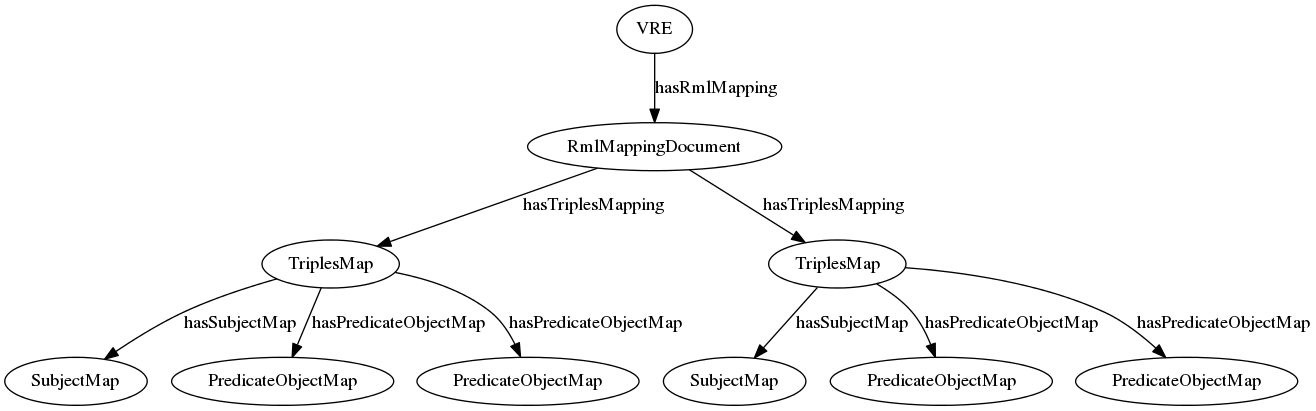
Earlier version of the Graphviz export timbuctoo-instancev4/docs/images/rml_mapping.png (HuygensING/timbuctoo). Its source is kept beside it as timbuctoo-instancev4/docs/images/rml_mapping.dot. Its diagram source:
```dot
digraph {
	VRE
	RmlMappingDocument
	TriplesMapping1 [label="TriplesMap"]
	Subject1 [label="SubjectMap"]
	PredicateObject1_1 [label="PredicateObjectMap"]
	PredicateObject1_2 [label="PredicateObjectMap"]
	VRE->RmlMappingDocument [label="hasRmlMapping"]
	RmlMappingDocument->TriplesMapping1 [label="hasTriplesMapping"]
	TriplesMapping1->Subject1 [label="hasSubjectMap"]
	TriplesMapping1->PredicateObject1_1 [label="hasPredicateObjectMap"]
	TriplesMapping1->PredicateObject1_2 [label="hasPredicateObjectMap"]
	TriplesMapping2 [label="TriplesMap"]
	Subject2 [label="SubjectMap"]
	PredicateObject2_1 [label="PredicateObjectMap"]
	PredicateObject2_2 [label="PredicateObjectMap"]
	RmlMappingDocument->TriplesMapping2 [label="hasTriplesMapping"]
	TriplesMapping2->Subject2 [label="hasSubjectMap"]
	TriplesMapping2->PredicateObject2_1 [label="hasPredicateObjectMap"]
	TriplesMapping2->PredicateObject2_2 [label="hasPredicateObjectMap"]
}
```
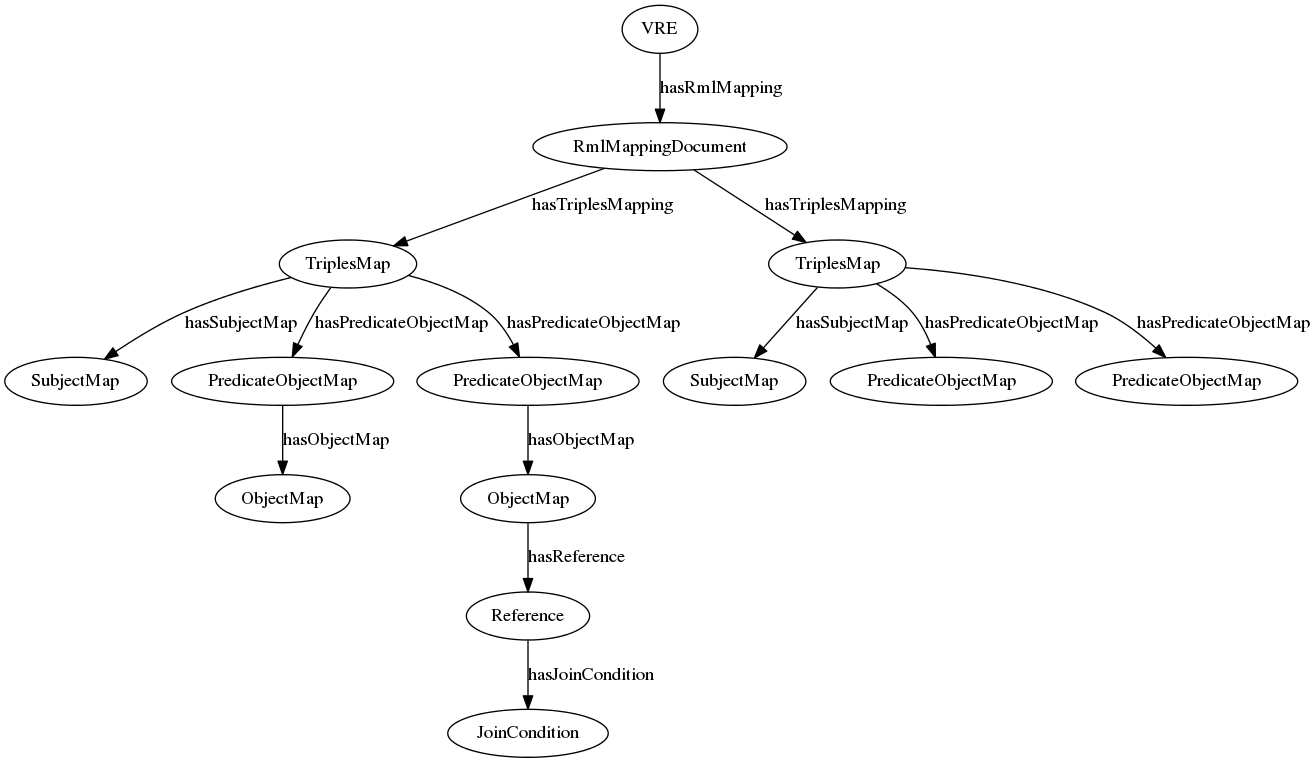
The same file after the commit.

Diff of the diagram source:
```diff
@@ -2,14 +2,22 @@
 	VRE
 	RmlMappingDocument
 	TriplesMapping1 [label="TriplesMap"]
-	Subject1 [label="SubjectMap"]
-	PredicateObject1_1 [label="PredicateObjectMap"]
-	PredicateObject1_2 [label="PredicateObjectMap"]
 	VRE->RmlMappingDocument [label="hasRmlMapping"]
 	RmlMappingDocument->TriplesMapping1 [label="hasTriplesMapping"]
+	Subject1 [label="SubjectMap"]
 	TriplesMapping1->Subject1 [label="hasSubjectMap"]
+	PredicateObject1_1 [label="PredicateObjectMap"]
 	TriplesMapping1->PredicateObject1_1 [label="hasPredicateObjectMap"]
+	ObjectMap1_1[label="ObjectMap"]
+	PredicateObject1_1->ObjectMap1_1[label="hasObjectMap"]
+	PredicateObject1_2 [label="PredicateObjectMap"]
 	TriplesMapping1->PredicateObject1_2 [label="hasPredicateObjectMap"]
+	ObjectMap1_2[label="ObjectMap"]
+	Reference
+	ObjectMap1_2->Reference[label="hasReference"]
+	JoinCondition
+	Reference->JoinCondition[label="hasJoinCondition"]
+	PredicateObject1_2->ObjectMap1_2[label="hasObjectMap"]
 	TriplesMapping2 [label="TriplesMap"]
 	Subject2 [label="SubjectMap"]
 	PredicateObject2_1 [label="PredicateObjectMap"]
```
